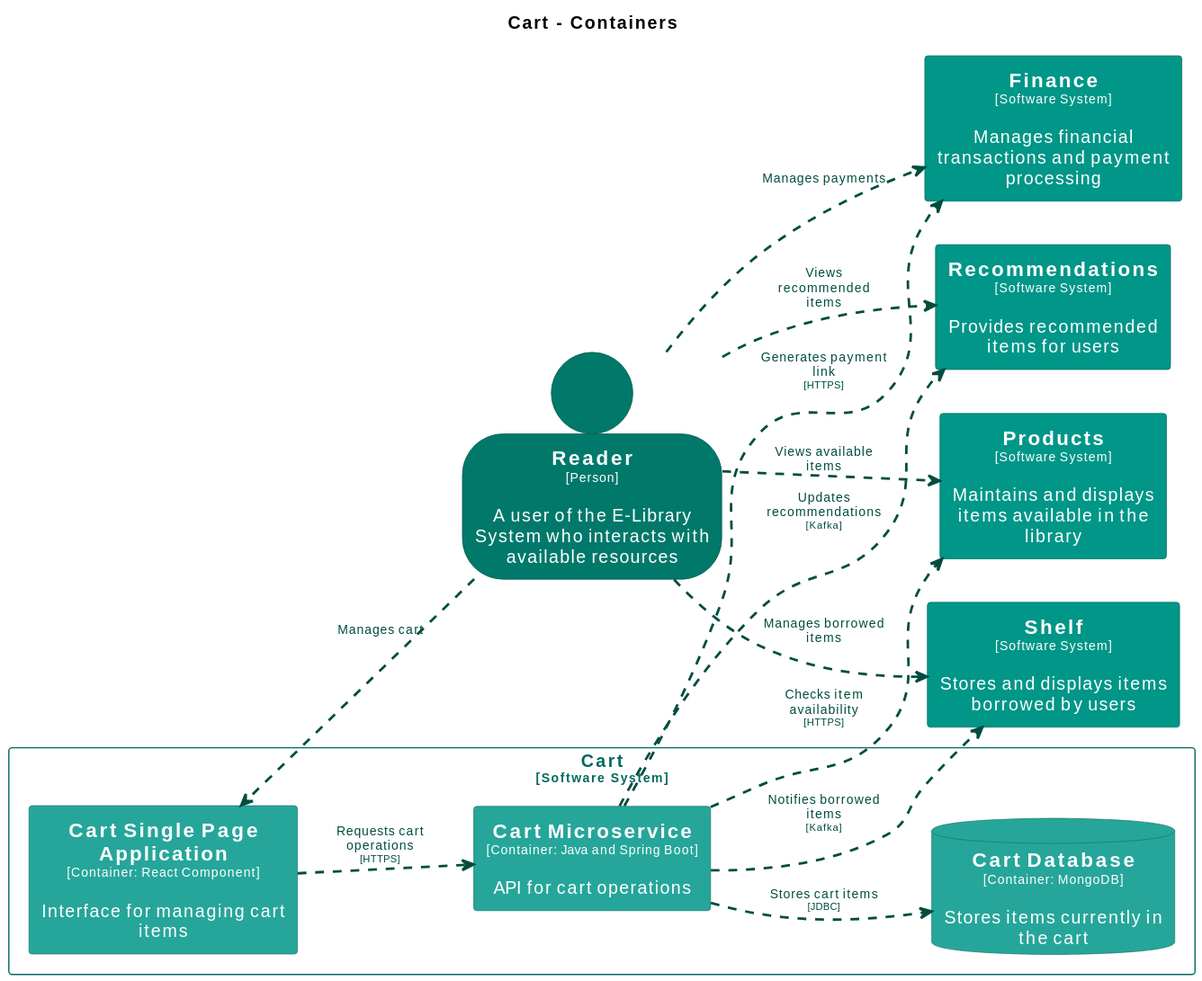
The PlantUML diagram main/svg/Container-004.svg in Goodmorning918/E-Library-Architecture, before a commit. Its source is kept beside it as main/puml/Container-004.puml. The source it was exported from:
```plantuml
@startuml
set separator none
title Cart - Containers

left to right direction

skinparam {
  arrowFontSize 10
  defaultTextAlignment center
  wrapWidth 200
  maxMessageSize 100
}

hide stereotype

skinparam database<<Cart.CartDatabase>> {
  BackgroundColor #26a69a
  FontColor #ffffff
  BorderColor #1a746b
  shadowing false
}
skinparam rectangle<<Cart.CartMicroservice>> {
  BackgroundColor #26a69a
  FontColor #ffffff
  BorderColor #1a746b
  shadowing false
}
skinparam rectangle<<Cart.CartSinglePageApplication>> {
  BackgroundColor #26a69a
  FontColor #ffffff
  BorderColor #1a746b
  shadowing false
}
skinparam rectangle<<Finance>> {
  BackgroundColor #009688
  FontColor #ffffff
  BorderColor #00695f
  shadowing false
}
skinparam rectangle<<Products>> {
  BackgroundColor #009688
  FontColor #ffffff
  BorderColor #00695f
  shadowing false
}
skinparam person<<Reader>> {
  BackgroundColor #00796b
  FontColor #ffffff
  BorderColor #00544a
  shadowing false
}
skinparam rectangle<<Recommendations>> {
  BackgroundColor #009688
  FontColor #ffffff
  BorderColor #00695f
  shadowing false
}
skinparam rectangle<<Shelf>> {
  BackgroundColor #009688
  FontColor #ffffff
  BorderColor #00695f
  shadowing false
}
skinparam rectangle<<Cart>> {
  BorderColor #00695f
  FontColor #00695f
  shadowing false
}

person "==Reader\n<size:10>[Person]</size>\n\nA user of the E-Library System who interacts with available resources" <<Reader>> as Reader
rectangle "==Shelf\n<size:10>[Software System]</size>\n\nStores and displays items borrowed by users" <<Shelf>> as Shelf
rectangle "==Products\n<size:10>[Software System]</size>\n\nMaintains and displays items available in the library" <<Products>> as Products
rectangle "==Recommendations\n<size:10>[Software System]</size>\n\nProvides recommended items for users" <<Recommendations>> as Recommendations
rectangle "==Finance\n<size:10>[Software System]</size>\n\nManages financial transactions and payment processing" <<Finance>> as Finance

rectangle "Cart\n<size:10>[Software System]</size>" <<Cart>> {
  rectangle "==Cart Single Page Application\n<size:10>[Container: React Component]</size>\n\nInterface for managing cart items" <<Cart.CartSinglePageApplication>> as Cart.CartSinglePageApplication
  rectangle "==Cart Microservice\n<size:10>[Container: Java and Spring Boot]</size>\n\nAPI for cart operations" <<Cart.CartMicroservice>> as Cart.CartMicroservice
  database "==Cart Database\n<size:10>[Container: MongoDB]</size>\n\nStores items currently in the cart" <<Cart.CartDatabase>> as Cart.CartDatabase
}

Reader .[#004d40,thickness=2].> Shelf : "<color:#004d40>Manages borrowed items"
Reader .[#004d40,thickness=2].> Products : "<color:#004d40>Views available items"
Reader .[#004d40,thickness=2].> Recommendations : "<color:#004d40>Views recommended items"
Reader .[#004d40,thickness=2].> Finance : "<color:#004d40>Manages payments"
Reader .[#004d40,thickness=2].> Cart.CartSinglePageApplication : "<color:#004d40>Manages cart"
Cart.CartSinglePageApplication .[#004d40,thickness=2].> Cart.CartMicroservice : "<color:#004d40>Requests cart operations\n<color:#004d40><size:8>[HTTPS]</size>"
Cart.CartMicroservice .[#004d40,thickness=2].> Cart.CartDatabase : "<color:#004d40>Stores cart items\n<color:#004d40><size:8>[JDBC]</size>"
Cart.CartMicroservice .[#004d40,thickness=2].> Recommendations : "<color:#004d40>Updates recommendations\n<color:#004d40><size:8>[Kafka]</size>"
Cart.CartMicroservice .[#004d40,thickness=2].> Shelf : "<color:#004d40>Notifies borrowed items\n<color:#004d40><size:8>[Kafka]</size>"
Cart.CartMicroservice .[#004d40,thickness=2].> Products : "<color:#004d40>Checks item availability\n<color:#004d40><size:8>[HTTPS]</size>"
Cart.CartMicroservice .[#004d40,thickness=2].> Finance : "<color:#004d40>Generates payment link\n<color:#004d40><size:8>[HTTPS]</size>"
@enduml
```
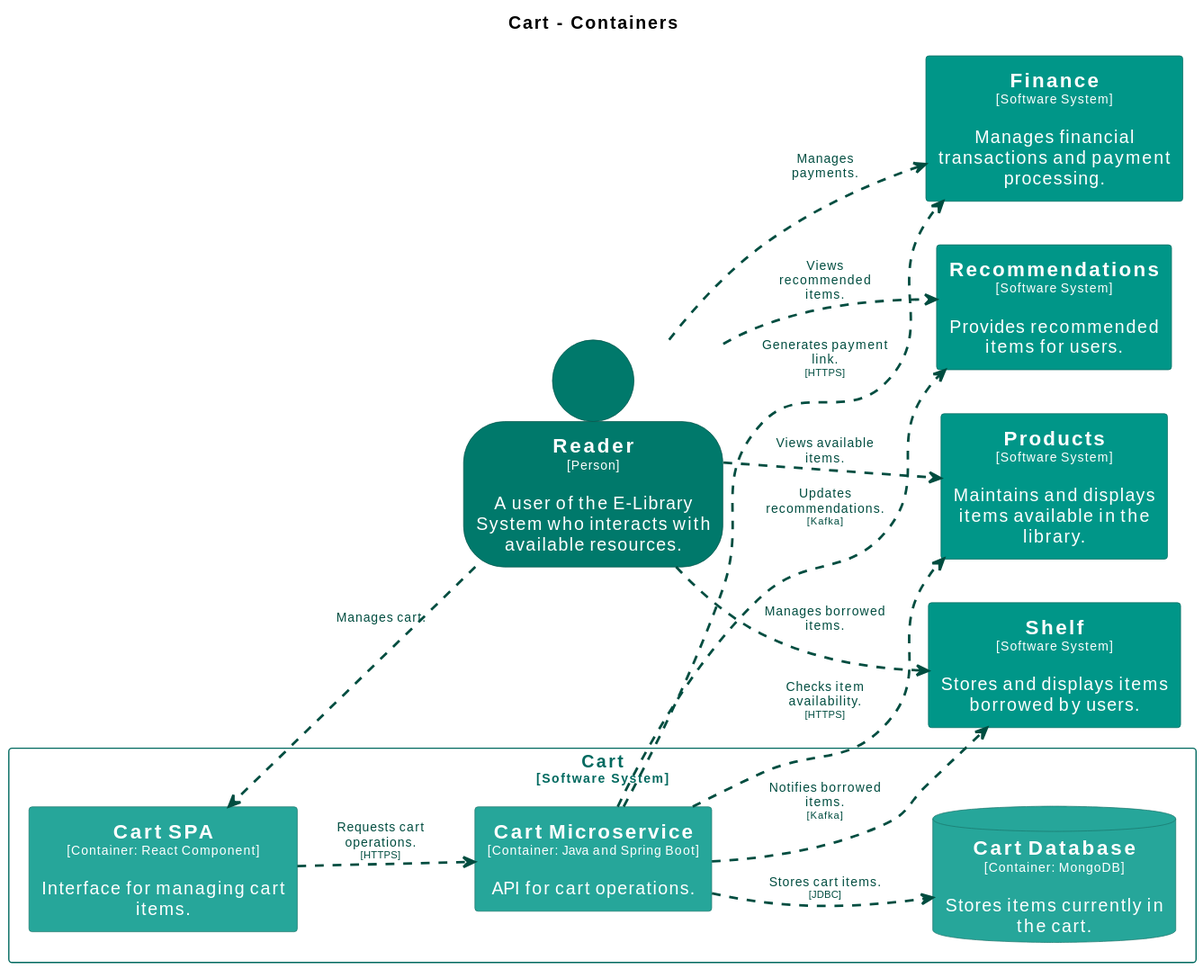
The same diagram one commit later.

The edit, as a diff of the source:
```diff
@@ -25,7 +25,7 @@
   BorderColor #1a746b
   shadowing false
 }
-skinparam rectangle<<Cart.CartSinglePageApplication>> {
+skinparam rectangle<<Cart.CartSPA>> {
   BackgroundColor #26a69a
   FontColor #ffffff
   BorderColor #1a746b
@@ -67,27 +67,27 @@
   shadowing false
 }
 
-person "==Reader\n<size:10>[Person]</size>\n\nA user of the E-Library System who interacts with available resources" <<Reader>> as Reader
-rectangle "==Shelf\n<size:10>[Software System]</size>\n\nStores and displays items borrowed by users" <<Shelf>> as Shelf
-rectangle "==Products\n<size:10>[Software System]</size>\n\nMaintains and displays items available in the library" <<Products>> as Products
-rectangle "==Recommendations\n<size:10>[Software System]</size>\n\nProvides recommended items for users" <<Recommendations>> as Recommendations
-rectangle "==Finance\n<size:10>[Software System]</size>\n\nManages financial transactions and payment processing" <<Finance>> as Finance
+person "==Reader\n<size:10>[Person]</size>\n\nA user of the E-Library System who interacts with available resources." <<Reader>> as Reader
+rectangle "==Shelf\n<size:10>[Software System]</size>\n\nStores and displays items borrowed by users." <<Shelf>> as Shelf
+rectangle "==Products\n<size:10>[Software System]</size>\n\nMaintains and displays items available in the library." <<Products>> as Products
+rectangle "==Recommendations\n<size:10>[Software System]</size>\n\nProvides recommended items for users." <<Recommendations>> as Recommendations
+rectangle "==Finance\n<size:10>[Software System]</size>\n\nManages financial transactions and payment processing." <<Finance>> as Finance
 
 rectangle "Cart\n<size:10>[Software System]</size>" <<Cart>> {
-  rectangle "==Cart Single Page Application\n<size:10>[Container: React Component]</size>\n\nInterface for managing cart items" <<Cart.CartSinglePageApplication>> as Cart.CartSinglePageApplication
-  rectangle "==Cart Microservice\n<size:10>[Container: Java and Spring Boot]</size>\n\nAPI for cart operations" <<Cart.CartMicroservice>> as Cart.CartMicroservice
-  database "==Cart Database\n<size:10>[Container: MongoDB]</size>\n\nStores items currently in the cart" <<Cart.CartDatabase>> as Cart.CartDatabase
+  rectangle "==Cart SPA\n<size:10>[Container: React Component]</size>\n\nInterface for managing cart items." <<Cart.CartSPA>> as Cart.CartSPA
+  rectangle "==Cart Microservice\n<size:10>[Container: Java and Spring Boot]</size>\n\nAPI for cart operations." <<Cart.CartMicroservice>> as Cart.CartMicroservice
+  database "==Cart Database\n<size:10>[Container: MongoDB]</size>\n\nStores items currently in the cart." <<Cart.CartDatabase>> as Cart.CartDatabase
 }
 
-Reader .[#004d40,thickness=2].> Shelf : "<color:#004d40>Manages borrowed items"
-Reader .[#004d40,thickness=2].> Products : "<color:#004d40>Views available items"
-Reader .[#004d40,thickness=2].> Recommendations : "<color:#004d40>Views recommended items"
-Reader .[#004d40,thickness=2].> Finance : "<color:#004d40>Manages payments"
-Reader .[#004d40,thickness=2].> Cart.CartSinglePageApplication : "<color:#004d40>Manages cart"
-Cart.CartSinglePageApplication .[#004d40,thickness=2].> Cart.CartMicroservice : "<color:#004d40>Requests cart operations\n<color:#004d40><size:8>[HTTPS]</size>"
-Cart.CartMicroservice .[#004d40,thickness=2].> Cart.CartDatabase : "<color:#004d40>Stores cart items\n<color:#004d40><size:8>[JDBC]</size>"
-Cart.CartMicroservice .[#004d40,thickness=2].> Recommendations : "<color:#004d40>Updates recommendations\n<color:#004d40><size:8>[Kafka]</size>"
-Cart.CartMicroservice .[#004d40,thickness=2].> Shelf : "<color:#004d40>Notifies borrowed items\n<color:#004d40><size:8>[Kafka]</size>"
-Cart.CartMicroservice .[#004d40,thickness=2].> Products : "<color:#004d40>Checks item availability\n<color:#004d40><size:8>[HTTPS]</size>"
-Cart.CartMicroservice .[#004d40,thickness=2].> Finance : "<color:#004d40>Generates payment link\n<color:#004d40><size:8>[HTTPS]</size>"
+Reader .[#004d40,thickness=2].> Shelf : "<color:#004d40>Manages borrowed items."
+Reader .[#004d40,thickness=2].> Products : "<color:#004d40>Views available items."
+Reader .[#004d40,thickness=2].> Recommendations : "<color:#004d40>Views recommended items."
+Reader .[#004d40,thickness=2].> Finance : "<color:#004d40>Manages payments."
+Reader .[#004d40,thickness=2].> Cart.CartSPA : "<color:#004d40>Manages cart."
+Cart.CartSPA .[#004d40,thickness=2].> Cart.CartMicroservice : "<color:#004d40>Requests cart operations.\n<color:#004d40><size:8>[HTTPS]</size>"
+Cart.CartMicroservice .[#004d40,thickness=2].> Cart.CartDatabase : "<color:#004d40>Stores cart items.\n<color:#004d40><size:8>[JDBC]</size>"
+Cart.CartMicroservice .[#004d40,thickness=2].> Recommendations : "<color:#004d40>Updates recommendations.\n<color:#004d40><size:8>[Kafka]</size>"
+Cart.CartMicroservice .[#004d40,thickness=2].> Shelf : "<color:#004d40>Notifies borrowed items.\n<color:#004d40><size:8>[Kafka]</size>"
+Cart.CartMicroservice .[#004d40,thickness=2].> Products : "<color:#004d40>Checks item availability.\n<color:#004d40><size:8>[HTTPS]</size>"
+Cart.CartMicroservice .[#004d40,thickness=2].> Finance : "<color:#004d40>Generates payment link.\n<color:#004d40><size:8>[HTTPS]</size>"
 @enduml
```
